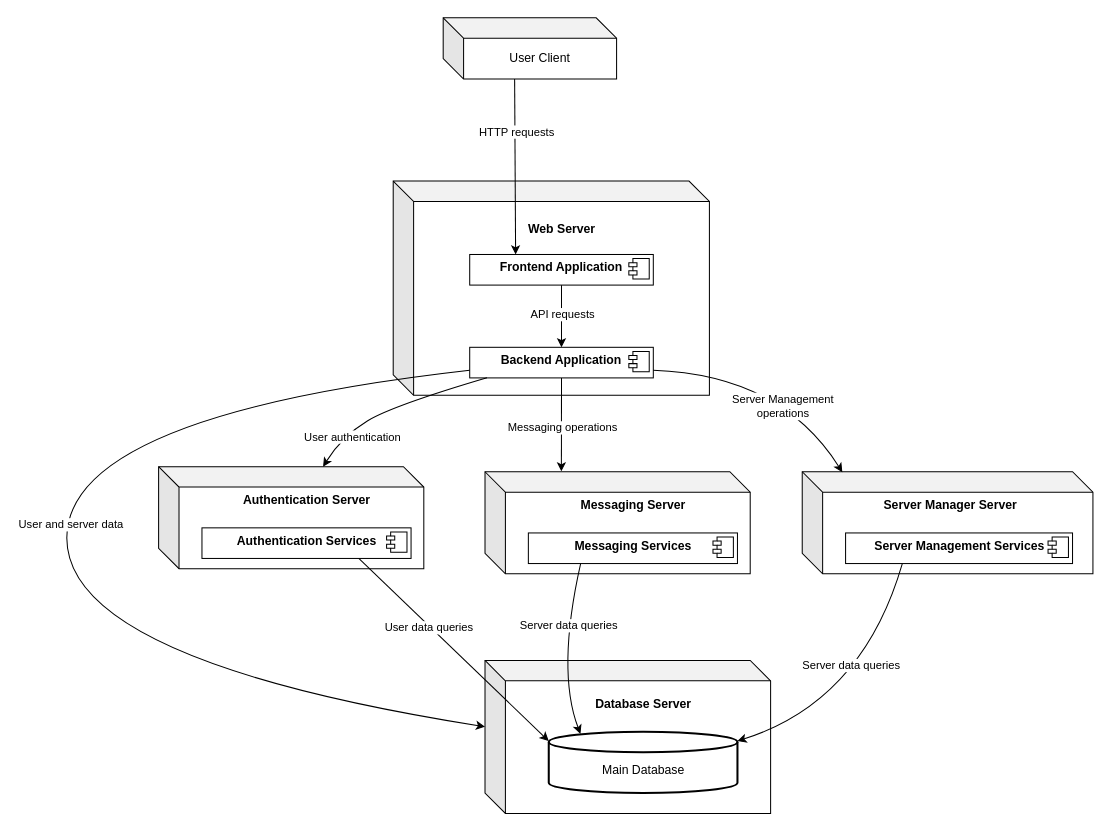
Harshul1484/BMP- keeps this draw.io diagram as Deployment Diagram.drawio. Above is the earlier version. Source tidied: cells renumbered, new cells numbered last; positions are measured from the earlier drawing's top-left corner, leaving out a move shared by most shapes. Both pictures are drawn from the tidied source at 102%, with x=0, y=0 at pixel (66, 17).
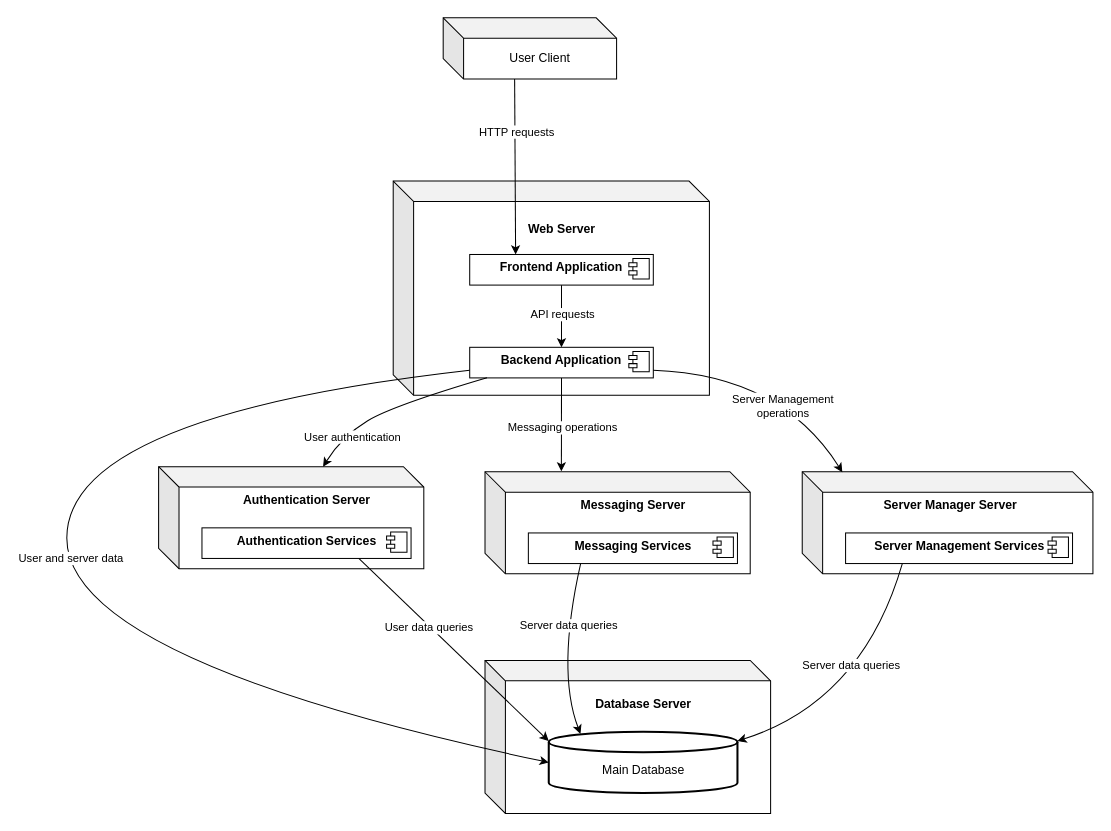
The same diagram, later.

Unchanged cells that the change refers to:
```xml
<mxCell id="8" value="&lt;p style=&quot;margin:0px;margin-top:6px;text-align:center;&quot;&gt;&lt;b&gt;Backend Application&lt;/b&gt;&lt;/p&gt;" style="align=left;overflow=fill;html=1;whiteSpace=wrap;" parent="1" vertex="1">
  <mxGeometry x="395" y="323" width="180" height="30" as="geometry" />
</mxCell>
<mxCell id="28" style="shape=cube;whiteSpace=wrap;html=1;boundedLbl=1;backgroundOutline=1;darkOpacity=0.05;darkOpacity2=0.1;" parent="1" vertex="1">
  <mxGeometry x="410" y="630" width="280" height="150" as="geometry" />
</mxCell>
<mxCell id="30" value="&lt;div&gt;&lt;br&gt;&lt;/div&gt;&lt;div&gt;Main Database&lt;/div&gt;" style="strokeWidth=2;html=1;shape=mxgraph.flowchart.database;whiteSpace=wrap;" parent="1" vertex="1">
  <mxGeometry x="472.5" y="700" width="185" height="60" as="geometry" />
</mxCell>
```

The edit, as a diff of the source:
```diff
@@
-    <mxCell id="31" style="curved=1;endArrow=classic;html=1;rounded=0;exitX=0;exitY=0.75;exitDx=0;exitDy=0;entryX=0;entryY=0;entryDx=0;entryDy=65;entryPerimeter=0;" parent="1" edge="1" source="8" target="28">
+    <mxCell id="31" style="curved=1;endArrow=classic;html=1;rounded=0;exitX=0;exitY=0.75;exitDx=0;exitDy=0;entryX=0;entryY=0.5;entryDx=0;entryDy=0;entryPerimeter=0;" parent="1" edge="1" source="8" target="30">
       <mxGeometry relative="1" as="geometry">
         <Array as="points">
           <mxPoint y="390" />
           <mxPoint y="630" />
         </Array>
       </mxGeometry>
     </mxCell>
```
